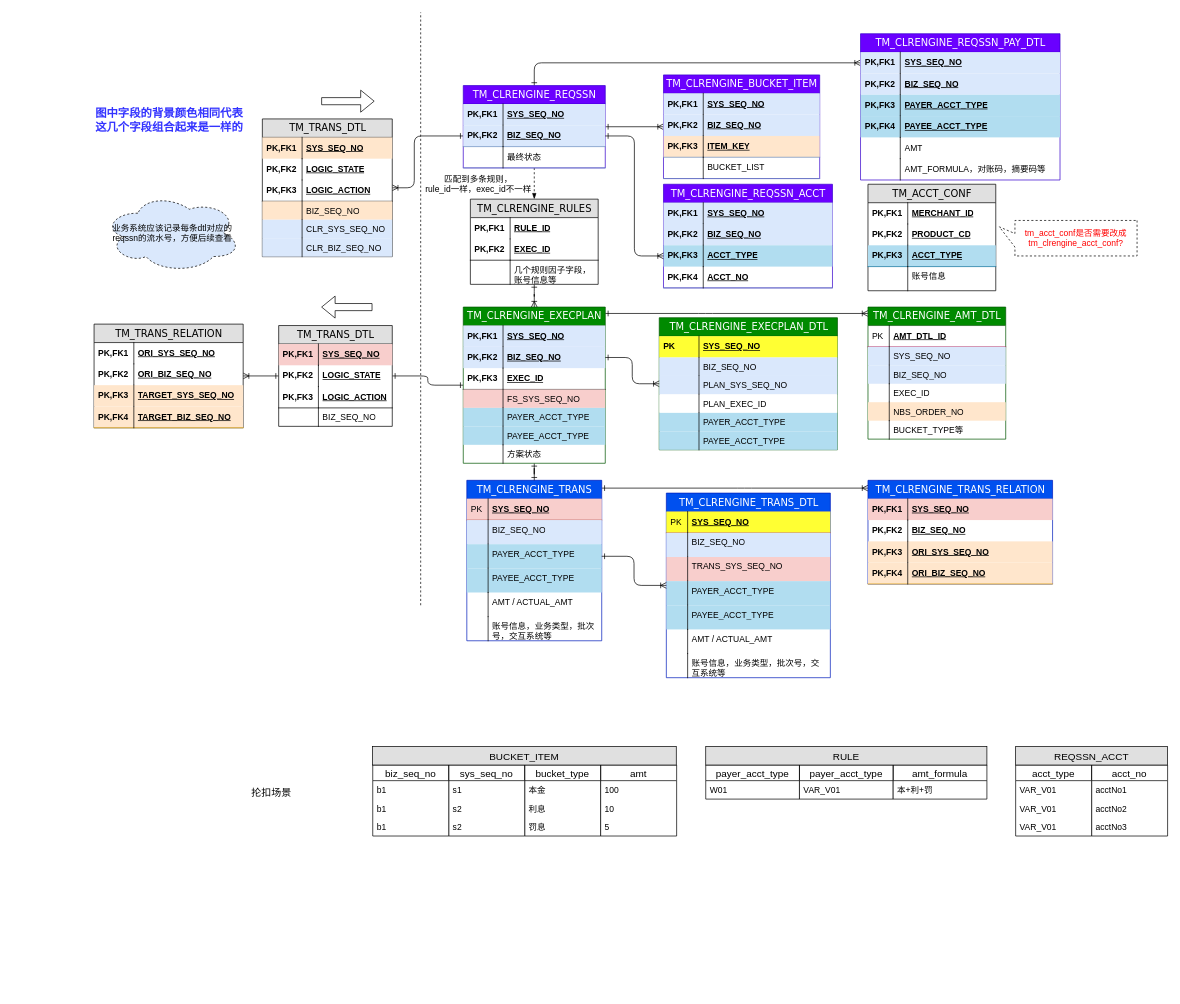
This is 清算引擎数据结构图.drawio from staconfree/design, a draw.io file, before an edit. Source tidied: cells renumbered, new cells numbered last; positions are measured from the earlier drawing's top-left corner, leaving out a move shared by most shapes. Both pictures are drawn from the tidied source at 71%, with x=0, y=0 at pixel (94, 12).
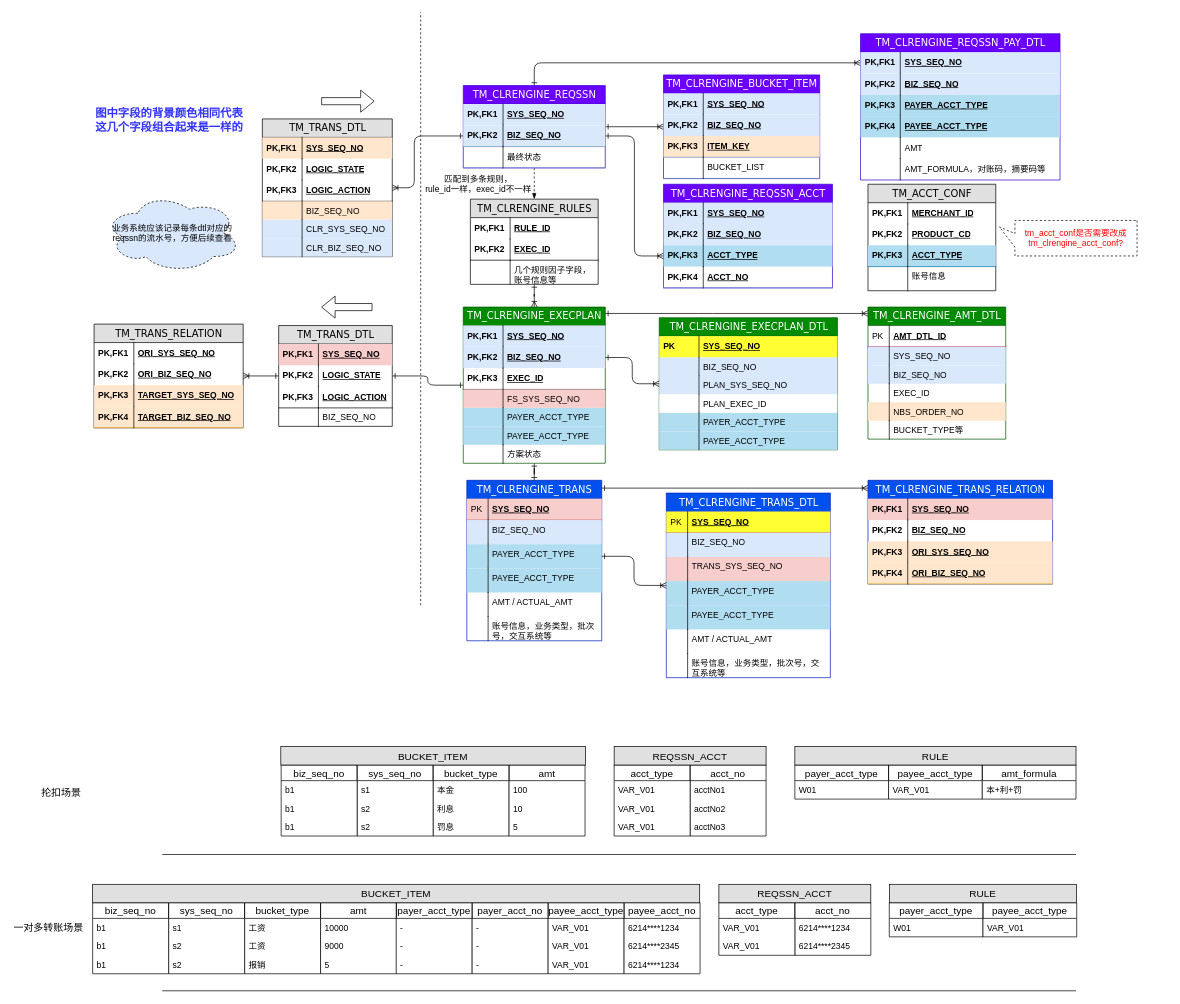
After the change.

Commit message (it also covers changes not shown here):
更新清算引擎数据结构图.drawio

What changed in the source:
```diff
@@
     <mxCell id="185" value="bucket_type" style="swimlane;fontStyle=0;horizontal=1;startSize=22;fillColor=none;swimlaneFillColor=#ffffff;align=center;fontSize=14;" parent="1" vertex="1">
-      <mxGeometry x="606.5" y="1060" width="107" height="100" as="geometry" />
+      <mxGeometry x="477.5" y="1060" width="107" height="100" as="geometry" />
     </mxCell>
@@
     <mxCell id="189" value="amt" style="swimlane;fontStyle=0;horizontal=1;startSize=22;fillColor=none;swimlaneFillColor=#ffffff;align=center;fontSize=14;" parent="1" vertex="1">
-      <mxGeometry x="713.5" y="1060" width="107" height="100" as="geometry" />
+      <mxGeometry x="584.5" y="1060" width="107" height="100" as="geometry" />
     </mxCell>
@@
     <mxCell id="193" value="sys_seq_no" style="swimlane;fontStyle=0;horizontal=1;startSize=22;fillColor=none;swimlaneFillColor=#ffffff;align=center;fontSize=14;" parent="1" vertex="1">
-      <mxGeometry x="499.5" y="1060" width="107" height="100" as="geometry" />
+      <mxGeometry x="370.5" y="1060" width="107" height="100" as="geometry" />
     </mxCell>
@@
     <mxCell id="197" value="biz_seq_no" style="swimlane;fontStyle=0;horizontal=1;startSize=22;fillColor=none;swimlaneFillColor=#ffffff;align=center;fontSize=14;" parent="1" vertex="1">
-      <mxGeometry x="392.5" y="1060" width="107" height="100" as="geometry" />
+      <mxGeometry x="263.5" y="1060" width="107" height="100" as="geometry" />
     </mxCell>
@@
     <mxCell id="201" value="BUCKET_ITEM" style="text;align=center;verticalAlign=middle;spacingLeft=4;spacingRight=4;strokeColor=#000000;fillColor=#e0e0e0;fontSize=14;" parent="1" vertex="1">
-      <mxGeometry x="392" y="1034" width="428" height="26" as="geometry" />
+      <mxGeometry x="263" y="1034" width="429" height="26" as="geometry" />
     </mxCell>
     <mxCell id="202" value="acct_no" style="swimlane;fontStyle=0;horizontal=1;startSize=22;fillColor=none;swimlaneFillColor=#ffffff;align=center;fontSize=14;" parent="1" vertex="1">
-      <mxGeometry x="1405" y="1060" width="107" height="100" as="geometry" />
+      <mxGeometry x="839.5" y="1060" width="107" height="100" as="geometry" />
     </mxCell>
@@
     <mxCell id="206" value="acct_type" style="swimlane;fontStyle=0;horizontal=1;startSize=22;fillColor=none;swimlaneFillColor=#ffffff;align=center;fontSize=14;" parent="1" vertex="1">
-      <mxGeometry x="1298" y="1060" width="107" height="100" as="geometry" />
+      <mxGeometry x="732.5" y="1060" width="107" height="100" as="geometry" />
     </mxCell>
@@
     <mxCell id="210" value="REQSSN_ACCT" style="text;align=center;verticalAlign=middle;spacingLeft=4;spacingRight=4;strokeColor=#000000;fillColor=#e0e0e0;fontSize=14;" parent="1" vertex="1">
-      <mxGeometry x="1298" y="1034" width="214" height="26" as="geometry" />
+      <mxGeometry x="732.5" y="1034" width="214" height="26" as="geometry" />
     </mxCell>
     <mxCell id="211" value="抡扣场景" style="text;html=1;align=left;verticalAlign=top;spacingTop=-4;fontSize=14;" parent="1" vertex="1">
-      <mxGeometry x="220" y="1088" width="58" height="14" as="geometry" />
+      <mxGeometry x="-76" y="1088" width="58" height="14" as="geometry" />
     </mxCell>
     <mxCell id="212" value="payer_acct_type" style="swimlane;fontStyle=0;horizontal=1;startSize=22;fillColor=none;swimlaneFillColor=#ffffff;align=center;fontSize=14;" parent="1" vertex="1">
-      <mxGeometry x="861.5" y="1060" width="132" height="48" as="geometry" />
+      <mxGeometry x="987" y="1060" width="132" height="48" as="geometry" />
     </mxCell>
@@
-    <mxCell id="214" value="payer_acct_type" style="swimlane;fontStyle=0;horizontal=1;startSize=22;fillColor=none;swimlaneFillColor=#ffffff;align=center;fontSize=14;" parent="1" vertex="1">
-      <mxGeometry x="993.5" y="1060" width="132" height="48" as="geometry" />
+    <mxCell id="214" value="payee_acct_type" style="swimlane;fontStyle=0;horizontal=1;startSize=22;fillColor=none;swimlaneFillColor=#ffffff;align=center;fontSize=14;" parent="1" vertex="1">
+      <mxGeometry x="1119" y="1060" width="132" height="48" as="geometry" />
     </mxCell>
@@
     <mxCell id="216" value="amt_formula" style="swimlane;fontStyle=0;horizontal=1;startSize=22;fillColor=none;swimlaneFillColor=#ffffff;align=center;fontSize=14;" parent="1" vertex="1">
-      <mxGeometry x="1125.5" y="1060" width="132" height="48" as="geometry" />
+      <mxGeometry x="1251" y="1060" width="132" height="48" as="geometry" />
     </mxCell>
@@
     <mxCell id="218" value="RULE" style="text;align=center;verticalAlign=middle;spacingLeft=4;spacingRight=4;strokeColor=#000000;fillColor=#e0e0e0;fontSize=14;" parent="1" vertex="1">
-      <mxGeometry x="861.5" y="1034" width="396" height="26" as="geometry" />
+      <mxGeometry x="987" y="1034" width="396" height="26" as="geometry" />
     </mxCell>
+    <mxCell id="219" style="endArrow=none;html=1;fontSize=14;" parent="1" edge="1">
+      <mxGeometry relative="1" as="geometry">
+        <mxPoint x="96" y="1186" as="sourcePoint" />
+        <mxPoint x="1383" y="1186" as="targetPoint" />
+      </mxGeometry>
+    </mxCell>
+    <mxCell id="220" value="bucket_type" style="swimlane;fontStyle=0;horizontal=1;startSize=22;fillColor=none;swimlaneFillColor=#ffffff;align=center;fontSize=14;" parent="1" vertex="1">
+      <mxGeometry x="212" y="1254" width="107" height="100" as="geometry" />
+    </mxCell>
+    <mxCell id="221" value="工资" style="text;strokeColor=none;fillColor=none;spacingLeft=4;spacingRight=4;overflow=hidden;fontSize=12;" parent="220" vertex="1">
+      <mxGeometry y="22" width="107" height="26" as="geometry" />
+    </mxCell>
+    <mxCell id="222" value="工资" style="text;strokeColor=none;fillColor=none;spacingLeft=4;spacingRight=4;overflow=hidden;fontSize=12;" parent="220" vertex="1">
+      <mxGeometry y="48" width="107" height="26" as="geometry" />
+    </mxCell>
+    <mxCell id="223" value="报销" style="text;strokeColor=none;fillColor=none;spacingLeft=4;spacingRight=4;overflow=hidden;fontSize=12;" parent="220" vertex="1">
+      <mxGeometry y="74" width="107" height="26" as="geometry" />
+    </mxCell>
+    <mxCell id="224" value="amt" style="swimlane;fontStyle=0;horizontal=1;startSize=22;fillColor=none;swimlaneFillColor=#ffffff;align=center;fontSize=14;" parent="1" vertex="1">
+      <mxGeometry x="319" y="1254" width="107" height="100" as="geometry" />
+    </mxCell>
+    <mxCell id="225" value="10000" style="text;strokeColor=none;fillColor=none;spacingLeft=4;spacingRight=4;overflow=hidden;fontSize=12;" parent="224" vertex="1">
+      <mxGeometry y="22" width="107" height="26" as="geometry" />
+    </mxCell>
+    <mxCell id="226" value="9000" style="text;strokeColor=none;fillColor=none;spacingLeft=4;spacingRight=4;overflow=hidden;fontSize=12;" parent="224" vertex="1">
+      <mxGeometry y="48" width="107" height="26" as="geometry" />
+    </mxCell>
+    <mxCell id="227" value="5" style="text;strokeColor=none;fillColor=none;spacingLeft=4;spacingRight=4;overflow=hidden;fontSize=12;" parent="224" vertex="1">
+      <mxGeometry y="74" width="107" height="26" as="geometry" />
+    </mxCell>
+    <mxCell id="228" value="payer_acct_type" style="swimlane;fontStyle=0;horizontal=1;startSize=22;fillColor=none;swimlaneFillColor=#ffffff;align=center;fontSize=14;" parent="1" vertex="1">
+      <mxGeometry x="425.5" y="1254" width="107" height="100" as="geometry" />
+    </mxCell>
+    <mxCell id="229" value="-" style="text;strokeColor=none;fillColor=none;spacingLeft=4;spacingRight=4;overflow=hidden;fontSize=12;" parent="228" vertex="1">
+      <mxGeometry y="22" width="107" height="26" as="geometry" />
+    </mxCell>
+    <mxCell id="230" value="-" style="text;strokeColor=none;fillColor=none;spacingLeft=4;spacingRight=4;overflow=hidden;fontSize=12;" parent="228" vertex="1">
+      <mxGeometry y="48" width="107" height="26" as="geometry" />
+    </mxCell>
+    <mxCell id="231" value="-" style="text;strokeColor=none;fillColor=none;spacingLeft=4;spacingRight=4;overflow=hidden;fontSize=12;" parent="228" vertex="1">
+      <mxGeometry y="74" width="107" height="26" as="geometry" />
+    </mxCell>
+    <mxCell id="232" value="payer_acct_no" style="swimlane;fontStyle=0;horizontal=1;startSize=22;fillColor=none;swimlaneFillColor=#ffffff;align=center;fontSize=14;" parent="1" vertex="1">
+      <mxGeometry x="532.5" y="1254" width="107" height="100" as="geometry" />
+    </mxCell>
+    <mxCell id="233" value="-" style="text;strokeColor=none;fillColor=none;spacingLeft=4;spacingRight=4;overflow=hidden;fontSize=12;" parent="232" vertex="1">
+      <mxGeometry y="22" width="107" height="26" as="geometry" />
+    </mxCell>
+    <mxCell id="234" value="-" style="text;strokeColor=none;fillColor=none;spacingLeft=4;spacingRight=4;overflow=hidden;fontSize=12;" parent="232" vertex="1">
+      <mxGeometry y="48" width="107" height="26" as="geometry" />
+    </mxCell>
+    <mxCell id="235" value="-" style="text;strokeColor=none;fillColor=none;spacingLeft=4;spacingRight=4;overflow=hidden;fontSize=12;" parent="232" vertex="1">
+      <mxGeometry y="74" width="107" height="26" as="geometry" />
+    </mxCell>
+    <mxCell id="236" value="payee_acct_type" style="swimlane;fontStyle=0;horizontal=1;startSize=22;fillColor=none;swimlaneFillColor=#ffffff;align=center;fontSize=14;" parent="1" vertex="1">
+      <mxGeometry x="639.5" y="1254" width="107" height="100" as="geometry" />
+    </mxCell>
+    <mxCell id="237" value="VAR_V01" style="text;strokeColor=none;fillColor=none;spacingLeft=4;spacingRight=4;overflow=hidden;fontSize=12;" parent="236" vertex="1">
+      <mxGeometry y="22" width="107" height="26" as="geometry" />
+    </mxCell>
+    <mxCell id="238" value="VAR_V01" style="text;strokeColor=none;fillColor=none;spacingLeft=4;spacingRight=4;overflow=hidden;fontSize=12;" parent="236" vertex="1">
+      <mxGeometry y="48" width="107" height="26" as="geometry" />
+    </mxCell>
+    <mxCell id="239" value="VAR_V01" style="text;strokeColor=none;fillColor=none;spacingLeft=4;spacingRight=4;overflow=hidden;fontSize=12;" parent="236" vertex="1">
+      <mxGeometry y="74" width="107" height="26" as="geometry" />
+    </mxCell>
+    <mxCell id="240" value="payee_acct_no" style="swimlane;fontStyle=0;horizontal=1;startSize=22;fillColor=none;swimlaneFillColor=#ffffff;align=center;fontSize=14;" parent="1" vertex="1">
+      <mxGeometry x="746.5" y="1254" width="107" height="100" as="geometry" />
+    </mxCell>
+    <mxCell id="241" value="6214****1234" style="text;strokeColor=none;fillColor=none;spacingLeft=4;spacingRight=4;overflow=hidden;fontSize=12;" parent="240" vertex="1">
+      <mxGeometry y="22" width="107" height="26" as="geometry" />
+    </mxCell>
+    <mxCell id="242" value="6214****2345" style="text;strokeColor=none;fillColor=none;spacingLeft=4;spacingRight=4;overflow=hidden;fontSize=12;" parent="240" vertex="1">
+      <mxGeometry y="48" width="107" height="26" as="geometry" />
+    </mxCell>
+    <mxCell id="243" value="6214****1234" style="text;strokeColor=none;fillColor=none;spacingLeft=4;spacingRight=4;overflow=hidden;fontSize=12;" parent="240" vertex="1">
+      <mxGeometry y="74" width="107" height="26" as="geometry" />
+    </mxCell>
+    <mxCell id="244" value="sys_seq_no" style="swimlane;fontStyle=0;horizontal=1;startSize=22;fillColor=none;swimlaneFillColor=#ffffff;align=center;fontSize=14;" parent="1" vertex="1">
+      <mxGeometry x="105" y="1254" width="107" height="100" as="geometry" />
+    </mxCell>
+    <mxCell id="245" value="s1" style="text;strokeColor=none;fillColor=none;spacingLeft=4;spacingRight=4;overflow=hidden;fontSize=12;" parent="244" vertex="1">
+      <mxGeometry y="22" width="107" height="26" as="geometry" />
+    </mxCell>
+    <mxCell id="246" value="s2" style="text;strokeColor=none;fillColor=none;spacingLeft=4;spacingRight=4;overflow=hidden;fontSize=12;" parent="244" vertex="1">
+      <mxGeometry y="48" width="107" height="26" as="geometry" />
+    </mxCell>
+    <mxCell id="247" value="s2" style="text;strokeColor=none;fillColor=none;spacingLeft=4;spacingRight=4;overflow=hidden;fontSize=12;" parent="244" vertex="1">
+      <mxGeometry y="74" width="107" height="26" as="geometry" />
+    </mxCell>
+    <mxCell id="248" value="biz_seq_no" style="swimlane;fontStyle=0;horizontal=1;startSize=22;fillColor=none;swimlaneFillColor=#ffffff;align=center;fontSize=14;" parent="1" vertex="1">
+      <mxGeometry x="-2" y="1254" width="107" height="100" as="geometry" />
+    </mxCell>
+    <mxCell id="249" value="b1" style="text;strokeColor=none;fillColor=none;spacingLeft=4;spacingRight=4;overflow=hidden;fontSize=12;" parent="248" vertex="1">
+      <mxGeometry y="22" width="107" height="26" as="geometry" />
+    </mxCell>
+    <mxCell id="250" value="b1" style="text;strokeColor=none;fillColor=none;spacingLeft=4;spacingRight=4;overflow=hidden;fontSize=12;" parent="248" vertex="1">
+      <mxGeometry y="48" width="107" height="26" as="geometry" />
+    </mxCell>
+    <mxCell id="251" value="b1" style="text;strokeColor=none;fillColor=none;spacingLeft=4;spacingRight=4;overflow=hidden;fontSize=12;" parent="248" vertex="1">
+      <mxGeometry y="74" width="107" height="26" as="geometry" />
+    </mxCell>
+    <mxCell id="252" value="BUCKET_ITEM" style="text;align=center;verticalAlign=middle;spacingLeft=4;spacingRight=4;strokeColor=#000000;fillColor=#e0e0e0;fontSize=14;" parent="1" vertex="1">
+      <mxGeometry x="-2" y="1228" width="855" height="26" as="geometry" />
+    </mxCell>
+    <mxCell id="253" value="acct_no" style="swimlane;fontStyle=0;horizontal=1;startSize=22;fillColor=none;swimlaneFillColor=#ffffff;align=center;fontSize=14;" parent="1" vertex="1">
+      <mxGeometry x="987" y="1254" width="107" height="74" as="geometry" />
+    </mxCell>
+    <mxCell id="254" value="6214****1234" style="text;strokeColor=none;fillColor=none;spacingLeft=4;spacingRight=4;overflow=hidden;fontSize=12;" parent="253" vertex="1">
+      <mxGeometry y="22" width="107" height="26" as="geometry" />
+    </mxCell>
+    <mxCell id="255" value="6214****2345" style="text;strokeColor=none;fillColor=none;spacingLeft=4;spacingRight=4;overflow=hidden;fontSize=12;" parent="253" vertex="1">
+      <mxGeometry y="48" width="107" height="26" as="geometry" />
+    </mxCell>
+    <mxCell id="256" value="acct_type" style="swimlane;fontStyle=0;horizontal=1;startSize=22;fillColor=none;swimlaneFillColor=#ffffff;align=center;fontSize=14;" parent="1" vertex="1">
+      <mxGeometry x="880" y="1254" width="107" height="74" as="geometry" />
+    </mxCell>
+    <mxCell id="257" value="VAR_V01" style="text;strokeColor=none;fillColor=none;spacingLeft=4;spacingRight=4;overflow=hidden;fontSize=12;" parent="256" vertex="1">
+      <mxGeometry y="22" width="107" height="26" as="geometry" />
+    </mxCell>
+    <mxCell id="258" value="VAR_V01" style="text;strokeColor=none;fillColor=none;spacingLeft=4;spacingRight=4;overflow=hidden;fontSize=12;" parent="256" vertex="1">
+      <mxGeometry y="48" width="107" height="26" as="geometry" />
+    </mxCell>
+    <mxCell id="259" value="REQSSN_ACCT" style="text;align=center;verticalAlign=middle;spacingLeft=4;spacingRight=4;strokeColor=#000000;fillColor=#e0e0e0;fontSize=14;" parent="1" vertex="1">
+      <mxGeometry x="880" y="1228" width="214" height="26" as="geometry" />
+    </mxCell>
+    <mxCell id="260" value="一对多转账场景" style="text;html=1;align=left;verticalAlign=top;spacingTop=-4;fontSize=14;" parent="1" vertex="1">
+      <mxGeometry x="-115.5" y="1278" width="108" height="17" as="geometry" />
+    </mxCell>
+    <mxCell id="261" value="payer_acct_type" style="swimlane;fontStyle=0;horizontal=1;startSize=22;fillColor=none;swimlaneFillColor=#ffffff;align=center;fontSize=14;" parent="1" vertex="1">
+      <mxGeometry x="1120" y="1254" width="132" height="48" as="geometry" />
+    </mxCell>
+    <mxCell id="262" value="W01" style="text;strokeColor=none;fillColor=none;spacingLeft=4;spacingRight=4;overflow=hidden;fontSize=12;" parent="261" vertex="1">
+      <mxGeometry y="22" width="132" height="26" as="geometry" />
+    </mxCell>
+    <mxCell id="263" value="payee_acct_type" style="swimlane;fontStyle=0;horizontal=1;startSize=22;fillColor=none;swimlaneFillColor=#ffffff;align=center;fontSize=14;" parent="1" vertex="1">
+      <mxGeometry x="1252" y="1254" width="132" height="48" as="geometry" />
+    </mxCell>
+    <mxCell id="264" value="VAR_V01" style="text;strokeColor=none;fillColor=none;spacingLeft=4;spacingRight=4;overflow=hidden;fontSize=12;" parent="263" vertex="1">
+      <mxGeometry y="22" width="132" height="26" as="geometry" />
+    </mxCell>
+    <mxCell id="265" value="RULE" style="text;align=center;verticalAlign=middle;spacingLeft=4;spacingRight=4;strokeColor=#000000;fillColor=#e0e0e0;fontSize=14;" parent="1" vertex="1">
+      <mxGeometry x="1120.5" y="1228" width="263" height="26" as="geometry" />
+    </mxCell>
+    <mxCell id="266" style="endArrow=none;html=1;fontSize=14;" parent="1" edge="1">
+      <mxGeometry relative="1" as="geometry">
+        <mxPoint x="96" y="1378" as="sourcePoint" />
+        <mxPoint x="1383" y="1378" as="targetPoint" />
+      </mxGeometry>
+    </mxCell>
```
